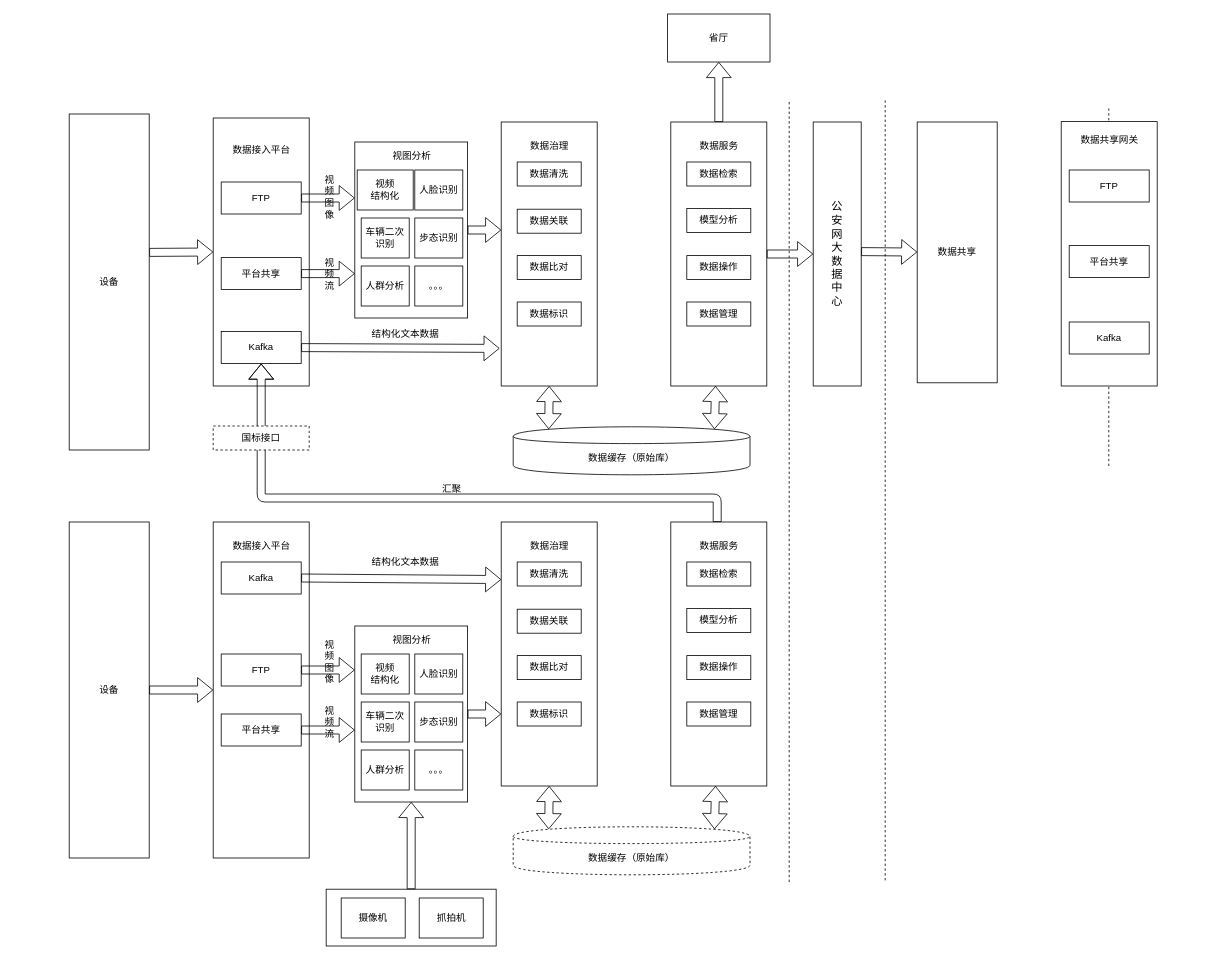
Above: 感知网.drawio in FifteenLab/test (draw.io), before the change. Source tidied: cells renumbered, new cells numbered last; positions are measured from the earlier drawing's top-left corner, leaving out a move shared by most shapes. Both pictures are drawn from the tidied source at 80%, with x=0, y=0 at pixel (69, 14).
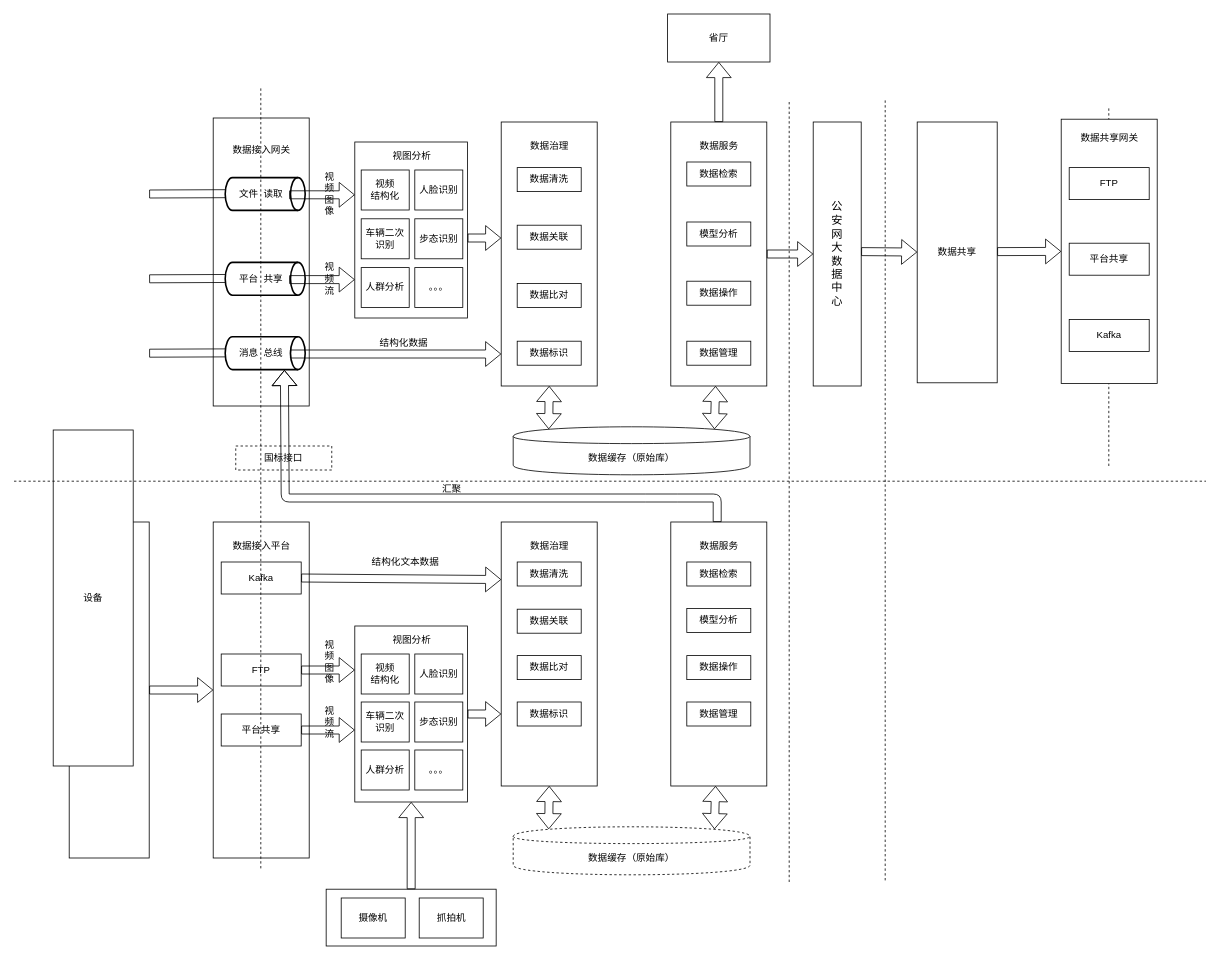
The same page after the edit.

The change refers to these unchanged cells:
```xml
<mxCell id="10" style="rounded=0;whiteSpace=wrap;html=1;direction=east;" parent="1" vertex="1">
  <mxGeometry x="357" y="160" width="141" height="220" as="geometry" />
</mxCell>
```

Diff of the diagram source:
```diff
@@
+    <mxCell id="3" style="rounded=0;whiteSpace=wrap;html=1;" parent="1" vertex="1">
+      <mxGeometry x="180" y="130" width="120" height="360" as="geometry" />
+    </mxCell>
+    <mxCell id="97" style="shape=flexArrow;endArrow=classic;html=1;entryX=0;entryY=0.5;entryDx=0;entryDy=0;" parent="1" edge="1">
+      <mxGeometry relative="1" as="geometry">
+        <mxPoint x="100" y="225" as="sourcePoint" />
+        <mxPoint x="220" y="224.5" as="targetPoint" />
+      </mxGeometry>
+    </mxCell>
@@
-    <mxCell id="3" style="rounded=0;whiteSpace=wrap;html=1;" parent="1" vertex="1">
-      <mxGeometry x="180" y="130" width="120" height="335" as="geometry" />
-    </mxCell>
-    <mxCell id="4" value="Kafka" style="rounded=0;whiteSpace=wrap;html=1;direction=east;" parent="1" vertex="1">
-      <mxGeometry x="190" y="397" width="100" height="40" as="geometry" />
-    </mxCell>
-    <mxCell id="5" value="FTP" style="rounded=0;whiteSpace=wrap;html=1;direction=east;" parent="1" vertex="1">
-      <mxGeometry x="190" y="210" width="100" height="40" as="geometry" />
-    </mxCell>
-    <mxCell id="6" value="平台共享" style="rounded=0;whiteSpace=wrap;html=1;direction=east;" parent="1" vertex="1">
-      <mxGeometry x="190" y="304.5" width="100" height="40" as="geometry" />
-    </mxCell>
-    <mxCell id="7" value="数据接入平台" style="text;html=1;align=center;verticalAlign=middle;" parent="1" vertex="1">
+    <mxCell id="7" value="数据接入网关" style="text;html=1;align=center;verticalAlign=middle;" parent="1" vertex="1">
       <mxGeometry x="195" y="160" width="90" height="20" as="geometry" />
     </mxCell>
-    <mxCell id="8" style="shape=flexArrow;endArrow=classic;html=1;entryX=0;entryY=0.5;entryDx=0;entryDy=0;" parent="1" edge="1" target="3">
-      <mxGeometry relative="1" as="geometry">
-        <mxPoint x="100" y="298" as="sourcePoint" />
-      </mxGeometry>
-    </mxCell>
-    <mxCell id="9" style="shape=flexArrow;endArrow=classic;html=1;exitX=1;exitY=0.5;exitDx=0;exitDy=0;" parent="1" edge="1" source="4">
-      <mxGeometry relative="1" as="geometry">
-        <mxPoint x="538" y="418" as="targetPoint" />
-      </mxGeometry>
-    </mxCell>
@@
     <mxCell id="13" value="视频&lt;br&gt;结构化" style="rounded=0;whiteSpace=wrap;html=1;direction=east;" parent="1" vertex="1">
-      <mxGeometry x="360" y="195" width="70" height="50" as="geometry" />
+      <mxGeometry x="365" y="195" width="60" height="50" as="geometry" />
     </mxCell>
@@
     <mxCell id="15" value="车辆二次识别" style="rounded=0;whiteSpace=wrap;html=1;direction=east;" parent="1" vertex="1">
-      <mxGeometry x="365" y="255" width="60" height="50" as="geometry" />
+      <mxGeometry x="365" y="256" width="60" height="50" as="geometry" />
     </mxCell>
     <mxCell id="16" value="步态识别" style="rounded=0;whiteSpace=wrap;html=1;direction=east;" parent="1" vertex="1">
-      <mxGeometry x="432" y="255" width="60" height="50" as="geometry" />
+      <mxGeometry x="432" y="256" width="60" height="50" as="geometry" />
     </mxCell>
-    <mxCell id="17" value="人群分析" style="rounded=0;whiteSpace=wrap;html=1;direction=east;" parent="1" vertex="1">
-      <mxGeometry x="365" y="315" width="60" height="50" as="geometry" />
-    </mxCell>
     <mxCell id="18" value="。。。" style="rounded=0;whiteSpace=wrap;html=1;direction=east;" parent="1" vertex="1">
-      <mxGeometry x="432" y="315" width="60" height="50" as="geometry" />
+      <mxGeometry x="432" y="317" width="60" height="50" as="geometry" />
     </mxCell>
-    <mxCell id="19" style="shape=flexArrow;endArrow=classic;html=1;entryX=0;entryY=0.25;entryDx=0;entryDy=0;exitX=1;exitY=0.5;exitDx=0;exitDy=0;" parent="1" edge="1" source="5">
-      <mxGeometry relative="1" as="geometry">
-        <mxPoint x="357" y="230" as="targetPoint" />
-      </mxGeometry>
-    </mxCell>
-    <mxCell id="20" style="shape=flexArrow;endArrow=classic;html=1;exitX=1;exitY=0.5;exitDx=0;exitDy=0;entryX=1;entryY=0.5;entryDx=0;entryDy=0;" parent="1" edge="1" source="10">
+    <mxCell id="20" style="shape=flexArrow;endArrow=classic;html=1;exitX=1;exitY=0.5;exitDx=0;exitDy=0;entryX=1;entryY=0.5;entryDx=0;entryDy=0;" parent="1" edge="1">
       <mxGeometry relative="1" as="geometry">
-        <mxPoint x="540" y="270" as="targetPoint" />
+        <mxPoint x="498" y="280" as="sourcePoint" />
+        <mxPoint x="540" y="280" as="targetPoint" />
       </mxGeometry>
     </mxCell>
-    <mxCell id="21" value="结构化文本数据" style="text;html=1;align=center;verticalAlign=middle;direction=east;" parent="1" vertex="1">
-      <mxGeometry x="370" y="390" width="100" height="20" as="geometry" />
-    </mxCell>
-    <mxCell id="22" value="视&lt;br&gt;频&lt;br&gt;流" style="text;html=1;align=center;verticalAlign=middle;direction=east;" parent="1" vertex="1">
-      <mxGeometry x="310" y="299.5" width="30" height="50" as="geometry" />
-    </mxCell>
     <mxCell id="23" value="视&lt;br&gt;频&lt;br&gt;图&lt;br&gt;像" style="text;html=1;align=center;verticalAlign=middle;direction=east;" parent="1" vertex="1">
-      <mxGeometry x="310" y="199" width="30" height="60" as="geometry" />
+      <mxGeometry x="310" y="195" width="30" height="60" as="geometry" />
     </mxCell>
-    <mxCell id="24" style="shape=flexArrow;endArrow=classic;html=1;entryX=0;entryY=0.591;entryDx=0;entryDy=0;exitX=1;exitY=0.5;exitDx=0;exitDy=0;entryPerimeter=0;" parent="1" edge="1" source="6">
-      <mxGeometry relative="1" as="geometry">
-        <mxPoint x="357" y="324.5" as="targetPoint" />
-      </mxGeometry>
-    </mxCell>
@@
     <mxCell id="26" value="数据清洗" style="rounded=0;whiteSpace=wrap;html=1;" parent="1" vertex="1">
-      <mxGeometry x="560" y="185" width="80" height="30" as="geometry" />
+      <mxGeometry x="560" y="192" width="80" height="30" as="geometry" />
     </mxCell>
     <mxCell id="27" value="数据关联" style="rounded=0;whiteSpace=wrap;html=1;" parent="1" vertex="1">
-      <mxGeometry x="560" y="244" width="80" height="30" as="geometry" />
+      <mxGeometry x="560" y="264" width="80" height="30" as="geometry" />
     </mxCell>
     <mxCell id="28" value="数据比对" style="rounded=0;whiteSpace=wrap;html=1;" parent="1" vertex="1">
-      <mxGeometry x="560" y="302" width="80" height="30" as="geometry" />
+      <mxGeometry x="560" y="337" width="80" height="30" as="geometry" />
     </mxCell>
     <mxCell id="29" value="数据标识" style="rounded=0;whiteSpace=wrap;html=1;" parent="1" vertex="1">
-      <mxGeometry x="560" y="360" width="80" height="30" as="geometry" />
+      <mxGeometry x="560" y="409" width="80" height="30" as="geometry" />
     </mxCell>
@@
     <mxCell id="36" value="模型分析" style="rounded=0;whiteSpace=wrap;html=1;" parent="1" vertex="1">
-      <mxGeometry x="772" y="243" width="80" height="30" as="geometry" />
+      <mxGeometry x="772" y="260" width="80" height="30" as="geometry" />
     </mxCell>
     <mxCell id="37" value="数据操作" style="rounded=0;whiteSpace=wrap;html=1;" parent="1" vertex="1">
-      <mxGeometry x="772" y="302" width="80" height="30" as="geometry" />
+      <mxGeometry x="772" y="334" width="80" height="30" as="geometry" />
     </mxCell>
     <mxCell id="38" value="数据管理" style="rounded=0;whiteSpace=wrap;html=1;" parent="1" vertex="1">
-      <mxGeometry x="772" y="360" width="80" height="30" as="geometry" />
+      <mxGeometry x="772" y="409" width="80" height="30" as="geometry" />
     </mxCell>
@@
-    <mxCell id="79" style="shape=flexArrow;endArrow=classic;html=1;entryX=0.5;entryY=1;entryDx=0;entryDy=0;" parent="1" edge="1" target="4">
-      <mxGeometry relative="1" as="geometry">
-        <mxPoint x="810" y="635" as="sourcePoint" />
-        <Array as="points">
-          <mxPoint x="810" y="605" />
-          <mxPoint x="760" y="605" />
-          <mxPoint x="720" y="605" />
-          <mxPoint x="240" y="605" />
-        </Array>
-      </mxGeometry>
-    </mxCell>
@@
     <mxCell id="81" value="国标接口" style="rounded=0;whiteSpace=wrap;html=1;dashed=1;" parent="1" vertex="1">
-      <mxGeometry x="180" y="515" width="120" height="30" as="geometry" />
+      <mxGeometry x="208.2" y="540" width="120" height="30" as="geometry" />
     </mxCell>
@@
     <mxCell id="91" style="rounded=0;whiteSpace=wrap;html=1;" parent="1" vertex="1">
-      <mxGeometry x="1240" y="134.5" width="120" height="330.5" as="geometry" />
+      <mxGeometry x="1240" y="131.5" width="120" height="330.5" as="geometry" />
     </mxCell>
     <mxCell id="92" value="数据共享网关" style="text;html=1;align=center;verticalAlign=middle;" parent="1" vertex="1">
-      <mxGeometry x="1255" y="148" width="90" height="20" as="geometry" />
+      <mxGeometry x="1255" y="145" width="90" height="20" as="geometry" />
     </mxCell>
     <mxCell id="93" value="Kafka" style="rounded=0;whiteSpace=wrap;html=1;direction=east;" parent="1" vertex="1">
-      <mxGeometry x="1250" y="385" width="100" height="40" as="geometry" />
+      <mxGeometry x="1250" y="382" width="100" height="40" as="geometry" />
     </mxCell>
     <mxCell id="94" value="FTP" style="rounded=0;whiteSpace=wrap;html=1;direction=east;" parent="1" vertex="1">
-      <mxGeometry x="1250" y="195" width="100" height="40" as="geometry" />
+      <mxGeometry x="1250" y="192" width="100" height="40" as="geometry" />
     </mxCell>
     <mxCell id="95" value="平台共享" style="rounded=0;whiteSpace=wrap;html=1;direction=east;" parent="1" vertex="1">
-      <mxGeometry x="1250" y="289.5" width="100" height="40" as="geometry" />
+      <mxGeometry x="1250" y="286.5" width="100" height="40" as="geometry" />
     </mxCell>
     <mxCell id="96" value="设备" style="rounded=0;whiteSpace=wrap;html=1;" parent="1" vertex="1">
-      <mxGeometry y="125" width="100" height="420" as="geometry" />
+      <mxGeometry x="-20" y="520" width="100" height="420" as="geometry" />
     </mxCell>
+    <mxCell id="98" style="endArrow=none;html=1;dashed=1;" parent="1" edge="1">
+      <mxGeometry relative="1" as="geometry">
+        <mxPoint x="-69" y="584" as="sourcePoint" />
+        <mxPoint x="1421" y="584" as="targetPoint" />
+      </mxGeometry>
+    </mxCell>
+    <mxCell id="99" style="shape=flexArrow;endArrow=classic;html=1;exitX=1;exitY=0.5;exitDx=0;exitDy=0;entryX=0;entryY=0.5;entryDx=0;entryDy=0;" parent="1" edge="1" target="91">
+      <mxGeometry relative="1" as="geometry">
+        <mxPoint x="1160" y="297" as="sourcePoint" />
+      </mxGeometry>
+    </mxCell>
+    <mxCell id="17" value="人群分析" style="rounded=0;whiteSpace=wrap;html=1;direction=east;" parent="1" vertex="1">
+      <mxGeometry x="365" y="317" width="60" height="50" as="geometry" />
+    </mxCell>
+    <mxCell id="100" value="文件&amp;nbsp; 读取&amp;nbsp; &amp;nbsp;" style="strokeWidth=2;html=1;shape=mxgraph.flowchart.direct_data;whiteSpace=wrap;" parent="1" vertex="1">
+      <mxGeometry x="195" y="204.5" width="100" height="41" as="geometry" />
+    </mxCell>
+    <mxCell id="19" style="shape=flexArrow;endArrow=classic;html=1;entryX=0;entryY=0.25;entryDx=0;entryDy=0;" parent="1" edge="1">
+      <mxGeometry relative="1" as="geometry">
+        <mxPoint x="275" y="226" as="sourcePoint" />
+        <mxPoint x="357" y="226" as="targetPoint" />
+      </mxGeometry>
+    </mxCell>
+    <mxCell id="101" style="shape=flexArrow;endArrow=classic;html=1;entryX=0;entryY=0.5;entryDx=0;entryDy=0;" parent="1" edge="1">
+      <mxGeometry relative="1" as="geometry">
+        <mxPoint x="100" y="331" as="sourcePoint" />
+        <mxPoint x="220" y="330.5" as="targetPoint" />
+      </mxGeometry>
+    </mxCell>
+    <mxCell id="22" value="视&lt;br&gt;频&lt;br&gt;流" style="text;html=1;align=center;verticalAlign=middle;direction=east;" parent="1" vertex="1">
+      <mxGeometry x="310" y="306" width="30" height="50" as="geometry" />
+    </mxCell>
+    <mxCell id="102" value="平台&amp;nbsp;&amp;nbsp;共享&amp;nbsp; &amp;nbsp;" style="strokeWidth=2;html=1;shape=mxgraph.flowchart.direct_data;whiteSpace=wrap;" parent="1" vertex="1">
+      <mxGeometry x="195" y="310.5" width="100" height="41" as="geometry" />
+    </mxCell>
+    <mxCell id="103" style="shape=flexArrow;endArrow=classic;html=1;entryX=0;entryY=0.25;entryDx=0;entryDy=0;" parent="1" edge="1">
+      <mxGeometry relative="1" as="geometry">
+        <mxPoint x="275" y="332" as="sourcePoint" />
+        <mxPoint x="357" y="332" as="targetPoint" />
+      </mxGeometry>
+    </mxCell>
+    <mxCell id="104" style="shape=flexArrow;endArrow=classic;html=1;entryX=0;entryY=0.5;entryDx=0;entryDy=0;" parent="1" edge="1">
+      <mxGeometry relative="1" as="geometry">
+        <mxPoint x="100" y="424" as="sourcePoint" />
+        <mxPoint x="220" y="423.5" as="targetPoint" />
+      </mxGeometry>
+    </mxCell>
+    <mxCell id="105" value="结构化数据" style="text;html=1;align=center;verticalAlign=middle;direction=east;" parent="1" vertex="1">
+      <mxGeometry x="377.5" y="402" width="80" height="20" as="geometry" />
+    </mxCell>
+    <mxCell id="106" value="消息&amp;nbsp;&amp;nbsp;总线&amp;nbsp; &amp;nbsp;" style="strokeWidth=2;html=1;shape=mxgraph.flowchart.direct_data;whiteSpace=wrap;" parent="1" vertex="1">
+      <mxGeometry x="195" y="403.5" width="100" height="41" as="geometry" />
+    </mxCell>
+    <mxCell id="107" style="shape=flexArrow;endArrow=classic;html=1;" parent="1" edge="1">
+      <mxGeometry relative="1" as="geometry">
+        <mxPoint x="276" y="425" as="sourcePoint" />
+        <mxPoint x="540" y="425" as="targetPoint" />
+      </mxGeometry>
+    </mxCell>
+    <mxCell id="108" style="endArrow=none;html=1;dashed=1;" parent="1" edge="1">
+      <mxGeometry relative="1" as="geometry">
+        <mxPoint x="239.5" y="1068" as="sourcePoint" />
+        <mxPoint x="239.5" y="90" as="targetPoint" />
+      </mxGeometry>
+    </mxCell>
+    <mxCell id="79" style="shape=flexArrow;endArrow=classic;html=1;entryX=0.74;entryY=1.012;entryDx=0;entryDy=0;entryPerimeter=0;" parent="1" edge="1" target="106">
+      <mxGeometry relative="1" as="geometry">
+        <mxPoint x="810" y="635" as="sourcePoint" />
+        <Array as="points">
+          <mxPoint x="810" y="605" />
+          <mxPoint x="760" y="605" />
+          <mxPoint x="720" y="605" />
+          <mxPoint x="270" y="605" />
+        </Array>
+      </mxGeometry>
+    </mxCell>
```
